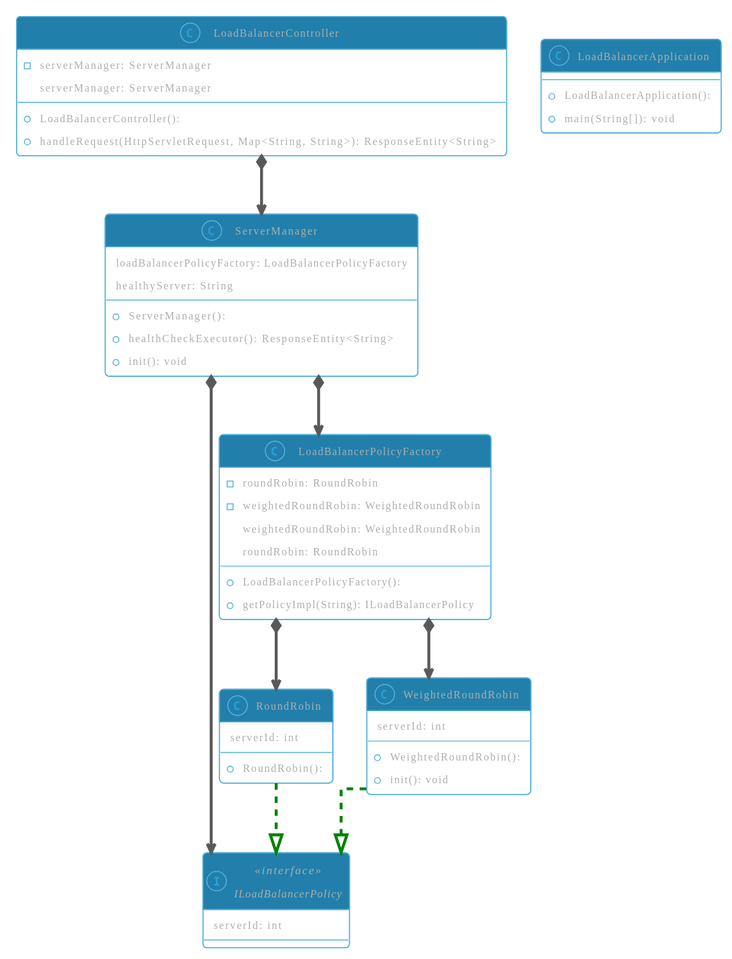
Before: readme.svg, a diagram exported from PlantUML (saranyuavh/MyLoadBalancer).
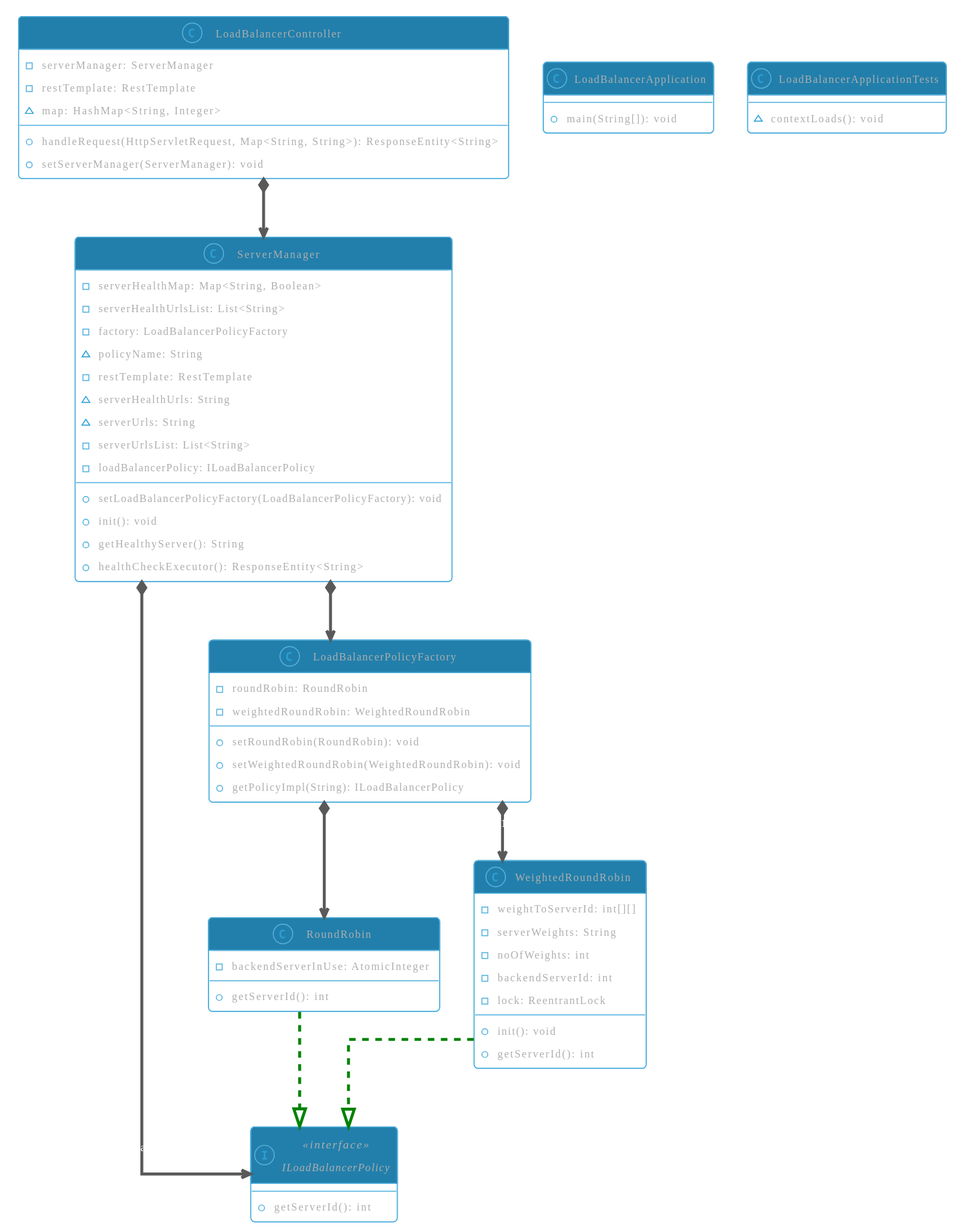
After the change.

Change to the diagram source:
```diff
@@ -4,48 +4,62 @@
 skinparam linetype ortho
 
 interface ILoadBalancerPolicy << interface >> {
-   serverId: int
+  + getServerId(): int
 }
 class LoadBalancerApplication {
-  + LoadBalancerApplication():
   + main(String[]): void
 }
+class LoadBalancerApplicationTests {
+  ~ contextLoads(): void
+}
 class LoadBalancerController {
-  + LoadBalancerController():
   - serverManager: ServerManager
+  - restTemplate: RestTemplate
+  ~ map: HashMap<String, Integer>
   + handleRequest(HttpServletRequest, Map<String, String>): ResponseEntity<String>
-   serverManager: ServerManager
+  + setServerManager(ServerManager): void
 }
 class LoadBalancerPolicyFactory {
-  + LoadBalancerPolicyFactory():
   - roundRobin: RoundRobin
   - weightedRoundRobin: WeightedRoundRobin
+  + setRoundRobin(RoundRobin): void
+  + setWeightedRoundRobin(WeightedRoundRobin): void
   + getPolicyImpl(String): ILoadBalancerPolicy
-   weightedRoundRobin: WeightedRoundRobin
-   roundRobin: RoundRobin
 }
 class RoundRobin {
-  + RoundRobin():
-   serverId: int
+  - backendServerInUse: AtomicInteger
+  + getServerId(): int
 }
 class ServerManager {
-  + ServerManager():
+  - serverHealthMap: Map<String, Boolean>
+  - serverHealthUrlsList: List<String>
+  - factory: LoadBalancerPolicyFactory
+  ~ policyName: String
+  - restTemplate: RestTemplate
+  ~ serverHealthUrls: String
+  ~ serverUrls: String
+  - serverUrlsList: List<String>
+  - loadBalancerPolicy: ILoadBalancerPolicy
+  + setLoadBalancerPolicyFactory(LoadBalancerPolicyFactory): void
+  + init(): void
+  + getHealthyServer(): String
   + healthCheckExecutor(): ResponseEntity<String>
-  + init(): void
-   loadBalancerPolicyFactory: LoadBalancerPolicyFactory
-   healthyServer: String
 }
 class WeightedRoundRobin {
-  + WeightedRoundRobin():
+  - weightToServerId: int[][]
+  - serverWeights: String
+  - noOfWeights: int
+  - backendServerId: int
+  - lock: ReentrantLock
   + init(): void
-   serverId: int
+  + getServerId(): int
 }
 
-LoadBalancerController    "1" *-[#595959,plain]-> "serverManager\n1" ServerManager
-LoadBalancerPolicyFactory "1" *-[#595959,plain]-> "roundRobin\n1" RoundRobin
-LoadBalancerPolicyFactory "1" *-[#595959,plain]-> "weightedRoundRobin\n1" WeightedRoundRobin
-RoundRobin                 -[#008200,dashed]-^  ILoadBalancerPolicy
-ServerManager             "1" *-[#595959,plain]-> "loadBalancerPolicy\n1" ILoadBalancerPolicy
-ServerManager             "1" *-[#595959,plain]-> "factory\n1" LoadBalancerPolicyFactory
-WeightedRoundRobin         -[#008200,dashed]-^  ILoadBalancerPolicy
+LoadBalancerController       "1" *-[#595959,plain]-> "serverManager\n1" ServerManager
+LoadBalancerPolicyFactory    "1" *-[#595959,plain]-> "roundRobin\n1" RoundRobin
+LoadBalancerPolicyFactory    "1" *-[#595959,plain]-> "weightedRoundRobin\n1" WeightedRoundRobin
+RoundRobin                    -[#008200,dashed]-^  ILoadBalancerPolicy
+ServerManager                "1" *-[#595959,plain]-> "loadBalancerPolicy\n1" ILoadBalancerPolicy
+ServerManager                "1" *-[#595959,plain]-> "factory\n1" LoadBalancerPolicyFactory
+WeightedRoundRobin            -[#008200,dashed]-^  ILoadBalancerPolicy
 @enduml
```
